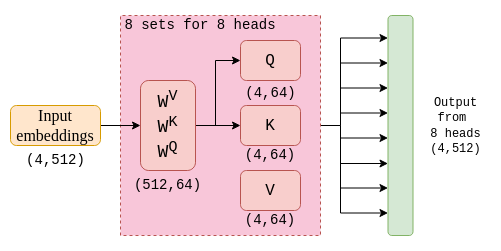
Above: assets/images/multi-head-evolution.png in devennn/devennn.github.io (draw.io), before the change. Source tidied: cells renumbered, new cells last; positions are measured from the earlier drawing's top-left corner, leaving out a move shared by most shapes.
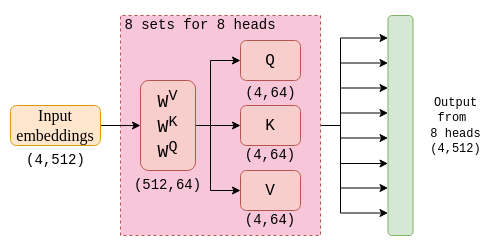
Later version of the same file.

Diff of the diagram source:
```diff
@@ -32,6 +32,10 @@
     <mxCell id="9" style="edgeStyle=orthogonalEdgeStyle;rounded=0;jettySize=auto;html=1;endArrow=none;endFill=0;startArrow=classic;startFill=1;" parent="1" edge="1" source="10">
       <mxGeometry relative="1" as="geometry">
         <mxPoint x="215" y="125" as="targetPoint" />
+        <Array as="points">
+          <mxPoint x="210" y="60" />
+          <mxPoint x="210" y="125" />
+        </Array>
       </mxGeometry>
     </mxCell>
     <mxCell id="10" value="&lt;font style=&quot;font-size: 16px&quot; face=&quot;Courier New&quot;&gt;Q&lt;/font&gt;" style="rounded=1;whiteSpace=wrap;html=1;fillColor=#f8cecc;strokeColor=#b85450;" parent="1" vertex="1">
@@ -40,6 +44,15 @@
     <mxCell id="11" value="&lt;font style=&quot;font-size: 16px&quot; face=&quot;Courier New&quot;&gt;K&lt;/font&gt;" style="rounded=1;whiteSpace=wrap;html=1;fillColor=#f8cecc;strokeColor=#b85450;" parent="1" vertex="1">
       <mxGeometry x="240" y="105" width="60" height="40" as="geometry" />
     </mxCell>
+    <mxCell id="28" style="edgeStyle=orthogonalEdgeStyle;rounded=0;jettySize=auto;html=1;startArrow=classic;startFill=1;endArrow=none;endFill=0;" parent="1" edge="1" source="12">
+      <mxGeometry relative="1" as="geometry">
+        <mxPoint x="220" y="125" as="targetPoint" />
+        <Array as="points">
+          <mxPoint x="210" y="190" />
+          <mxPoint x="210" y="125" />
+        </Array>
+      </mxGeometry>
+    </mxCell>
     <mxCell id="12" value="&lt;font style=&quot;font-size: 16px&quot; face=&quot;Courier New&quot;&gt;V&lt;/font&gt;" style="rounded=1;whiteSpace=wrap;html=1;fillColor=#f8cecc;strokeColor=#b85450;" parent="1" vertex="1">
       <mxGeometry x="240" y="170" width="60" height="40" as="geometry" />
     </mxCell>
@@ -106,7 +119,7 @@
     <mxCell id="26" value="&lt;font style=&quot;font-size: 14px&quot; face=&quot;Courier New&quot;&gt;8 sets for 8 heads&lt;br&gt;&lt;/font&gt;" style="text;html=1;strokeColor=none;fillColor=none;align=center;verticalAlign=middle;whiteSpace=wrap;rounded=0;dashed=1;comic=0;" parent="1" vertex="1">
       <mxGeometry x="120" y="15" width="160" height="20" as="geometry" />
     </mxCell>
-    <mxCell id="27" style="rounded=1;whiteSpace=wrap;html=1;fillColor=#d5e8d4;strokeColor=#82b366;direction=south;" parent="1" vertex="1">
+    <mxCell id="27" style="rounded=1;whiteSpace=wrap;html=1;fillColor=#d5e8d4;strokeColor=#82b366;direction=north;" parent="1" vertex="1">
       <mxGeometry x="387.5" y="15" width="25" height="220" as="geometry" />
     </mxCell>
   </root>
```
